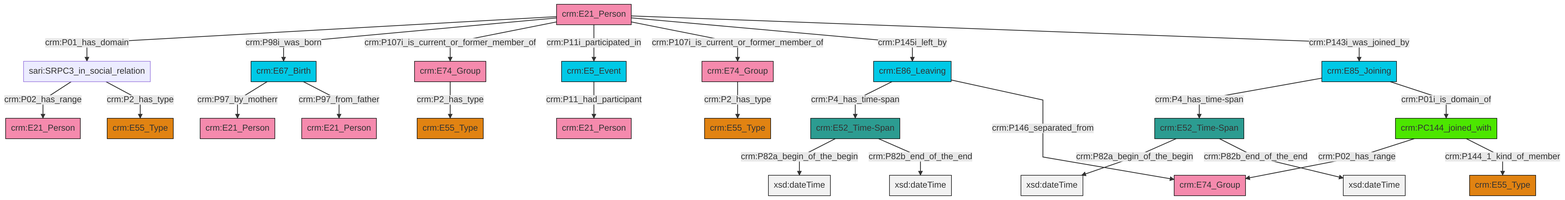
This is et/personCSV/ttl/mmd/png/Person_Actor_Relations.png from swiss-art-research-net/reference-data-models, a Mermaid export, as it was before one commit. Its source is kept beside it as et/personCSV/ttl/mmd/Person_Actor_Relations.ttl.mmd.
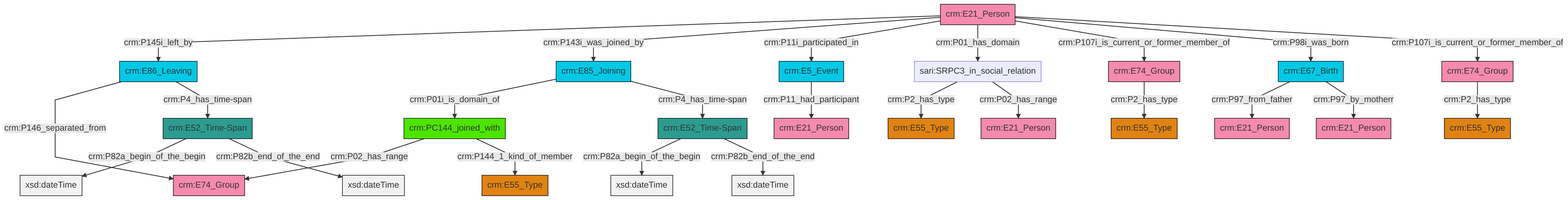
After the change.

What changed in the source:
```diff
@@ -13,27 +13,27 @@
 classDef PC_Classes fill:#4ce600, stroke:#000000;
 classDef Multi fill:#cccccc,stroke:#000000;
 
-2["crm:E52_Time-Span"]:::Time-Span -->|crm:P82a_begin_of_the_begin| 4[xsd:dateTime]:::Literal
-5["crm:E21_Person"]:::Actor -->|crm:P01_has_domain| 6["sari:SRPC3_in_social_relation"]:::Default
-7["crm:E67_Birth"]:::Temporal_Entity -->|crm:P97_by_motherr| 8["crm:E21_Person"]:::Actor
-5["crm:E21_Person"]:::Actor -->|crm:P98i_was_born| 7["crm:E67_Birth"]:::Temporal_Entity
-2["crm:E52_Time-Span"]:::Time-Span -->|crm:P82b_end_of_the_end| 11[xsd:dateTime]:::Literal
-6["sari:SRPC3_in_social_relation"]:::Default -->|crm:P02_has_range| 9["crm:E21_Person"]:::Actor
-17["crm:E85_Joining"]:::Temporal_Entity -->|crm:P4_has_time-span| 2["crm:E52_Time-Span"]:::Time-Span
-5["crm:E21_Person"]:::Actor -->|crm:P107i_is_current_or_former_member_of| 23["crm:E74_Group"]:::Actor
-5["crm:E21_Person"]:::Actor -->|crm:P11i_participated_in| 24["crm:E5_Event"]:::Temporal_Entity
-17["crm:E85_Joining"]:::Temporal_Entity -->|crm:P01i_is_domain_of| 28["crm:PC144_joined_with"]:::PC_Classes
-6["sari:SRPC3_in_social_relation"]:::Default -->|crm:P2_has_type| 33["crm:E55_Type"]:::Type
-5["crm:E21_Person"]:::Actor -->|crm:P107i_is_current_or_former_member_of| 21["crm:E74_Group"]:::Actor
-28["crm:PC144_joined_with"]:::PC_Classes -->|crm:P02_has_range| 26["crm:E74_Group"]:::Actor
-23["crm:E74_Group"]:::Actor -->|crm:P2_has_type| 15["crm:E55_Type"]:::Type
-24["crm:E5_Event"]:::Temporal_Entity -->|crm:P11_had_participant| 37["crm:E21_Person"]:::Actor
-0["crm:E52_Time-Span"]:::Time-Span -->|crm:P82a_begin_of_the_begin| 40[xsd:dateTime]:::Literal
-28["crm:PC144_joined_with"]:::PC_Classes -->|crm:P144_1_kind_of_member| 19["crm:E55_Type"]:::Type
-41["crm:E86_Leaving"]:::Temporal_Entity -->|crm:P4_has_time-span| 0["crm:E52_Time-Span"]:::Time-Span
-7["crm:E67_Birth"]:::Temporal_Entity -->|crm:P97_from_father| 31["crm:E21_Person"]:::Actor
-41["crm:E86_Leaving"]:::Temporal_Entity -->|crm:P146_separated_from| 26["crm:E74_Group"]:::Actor
-0["crm:E52_Time-Span"]:::Time-Span -->|crm:P82b_end_of_the_end| 44[xsd:dateTime]:::Literal
-5["crm:E21_Person"]:::Actor -->|crm:P145i_left_by| 41["crm:E86_Leaving"]:::Temporal_Entity
-21["crm:E74_Group"]:::Actor -->|crm:P2_has_type| 13["crm:E55_Type"]:::Type
-5["crm:E21_Person"]:::Actor -->|crm:P143i_was_joined_by| 17["crm:E85_Joining"]:::Temporal_Entity
+2["crm:E85_Joining"]:::Temporal_Entity -->|crm:P01i_is_domain_of| 3["crm:PC144_joined_with"]:::PC_Classes
+4["crm:E67_Birth"]:::Temporal_Entity -->|crm:P97_from_father| 5["crm:E21_Person"]:::Actor
+8["sari:SRPC3_in_social_relation"]:::Default -->|crm:P2_has_type| 9["crm:E55_Type"]:::Type
+10["crm:E21_Person"]:::Actor -->|crm:P145i_left_by| 11["crm:E86_Leaving"]:::Temporal_Entity
+14["crm:E74_Group"]:::Actor -->|crm:P2_has_type| 6["crm:E55_Type"]:::Type
+17["crm:E52_Time-Span"]:::Time-Span -->|crm:P82a_begin_of_the_begin| 18[xsd:dateTime]:::Literal
+4["crm:E67_Birth"]:::Temporal_Entity -->|crm:P97_by_motherr| 23["crm:E21_Person"]:::Actor
+24["crm:E52_Time-Span"]:::Time-Span -->|crm:P82a_begin_of_the_begin| 25[xsd:dateTime]:::Literal
+11["crm:E86_Leaving"]:::Temporal_Entity -->|crm:P146_separated_from| 26["crm:E74_Group"]:::Actor
+11["crm:E86_Leaving"]:::Temporal_Entity -->|crm:P4_has_time-span| 24["crm:E52_Time-Span"]:::Time-Span
+10["crm:E21_Person"]:::Actor -->|crm:P143i_was_joined_by| 2["crm:E85_Joining"]:::Temporal_Entity
+2["crm:E85_Joining"]:::Temporal_Entity -->|crm:P4_has_time-span| 17["crm:E52_Time-Span"]:::Time-Span
+10["crm:E21_Person"]:::Actor -->|crm:P11i_participated_in| 0["crm:E5_Event"]:::Temporal_Entity
+8["sari:SRPC3_in_social_relation"]:::Default -->|crm:P02_has_range| 37["crm:E21_Person"]:::Actor
+10["crm:E21_Person"]:::Actor -->|crm:P01_has_domain| 8["sari:SRPC3_in_social_relation"]:::Default
+10["crm:E21_Person"]:::Actor -->|crm:P107i_is_current_or_former_member_of| 14["crm:E74_Group"]:::Actor
+0["crm:E5_Event"]:::Temporal_Entity -->|crm:P11_had_participant| 15["crm:E21_Person"]:::Actor
+10["crm:E21_Person"]:::Actor -->|crm:P98i_was_born| 4["crm:E67_Birth"]:::Temporal_Entity
+17["crm:E52_Time-Span"]:::Time-Span -->|crm:P82b_end_of_the_end| 43[xsd:dateTime]:::Literal
+24["crm:E52_Time-Span"]:::Time-Span -->|crm:P82b_end_of_the_end| 44[xsd:dateTime]:::Literal
+12["crm:E74_Group"]:::Actor -->|crm:P2_has_type| 38["crm:E55_Type"]:::Type
+3["crm:PC144_joined_with"]:::PC_Classes -->|crm:P02_has_range| 26["crm:E74_Group"]:::Actor
+10["crm:E21_Person"]:::Actor -->|crm:P107i_is_current_or_former_member_of| 12["crm:E74_Group"]:::Actor
+3["crm:PC144_joined_with"]:::PC_Classes -->|crm:P144_1_kind_of_member| 21["crm:E55_Type"]:::Type
```
